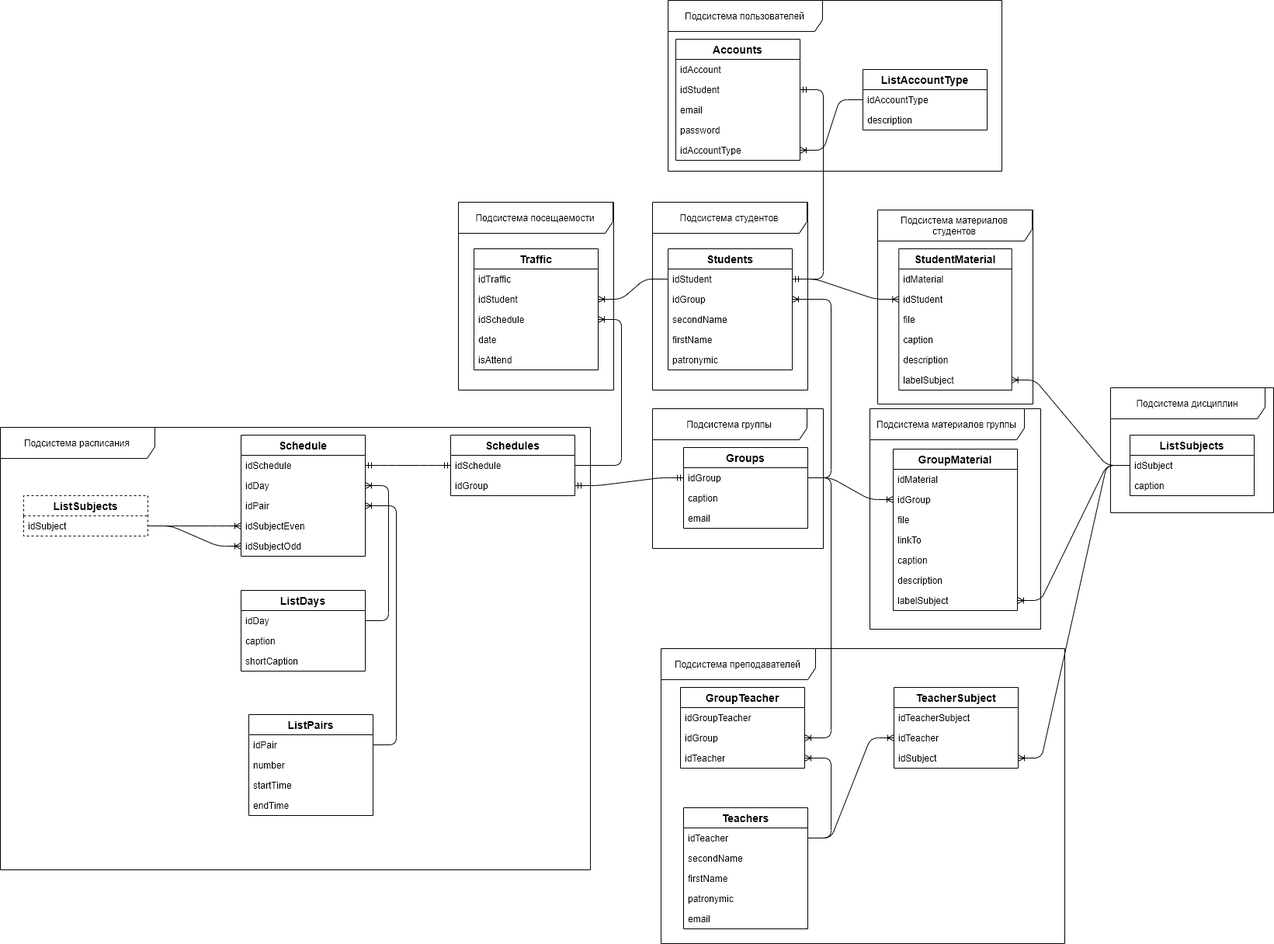
Earlier version of the draw.io export documentation/database/media/database_logic_scheme_2.png (Crutches-Bicycles/StudyHelper). Source tidied: cells renumbered, new cells last; positions are measured from the earlier drawing's top-left corner, leaving out a move shared by most shapes.
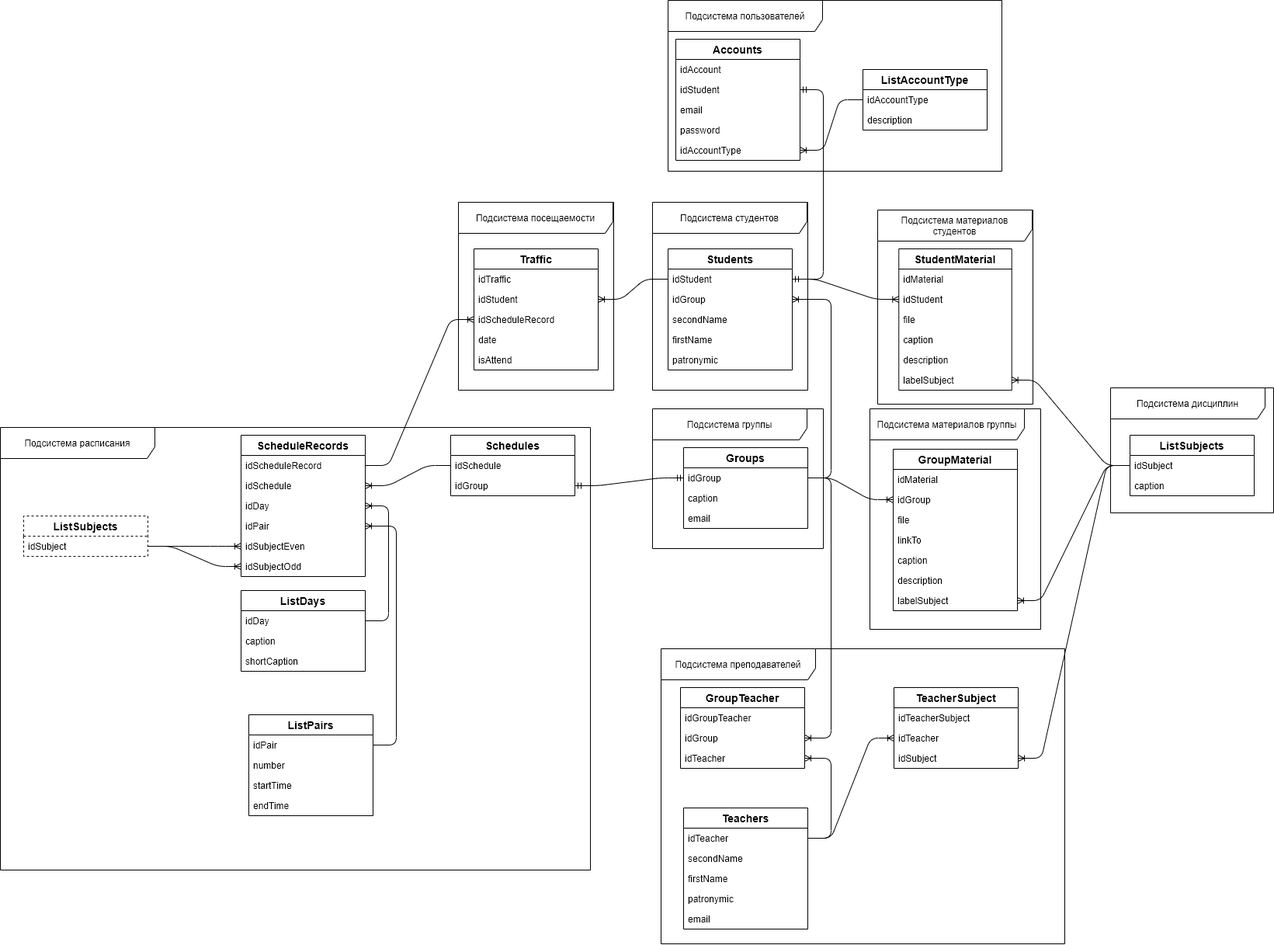
The same file after the commit.

Change to the diagram source:
```diff
@@ -32,7 +32,7 @@
     <mxCell id="11" style="edgeStyle=entityRelationEdgeStyle;fontSize=12;html=1;endArrow=ERoneToMany;" parent="1" edge="1" source="59" target="85">
       <mxGeometry relative="1" as="geometry" />
     </mxCell>
-    <mxCell id="12" style="edgeStyle=entityRelationEdgeStyle;fontSize=12;html=1;endArrow=ERoneToMany;" parent="1" edge="1" source="92" target="86">
+    <mxCell id="12" style="edgeStyle=entityRelationEdgeStyle;fontSize=12;html=1;endArrow=ERoneToMany;" parent="1" edge="1" source="117" target="86">
       <mxGeometry relative="1" as="geometry" />
     </mxCell>
     <mxCell id="13" style="group;" parent="1" vertex="1">
@@ -245,6 +245,9 @@
     <mxCell id="82" style="group;" parent="1" vertex="1">
       <mxGeometry x="570" y="260" width="220" height="242" as="geometry" />
     </mxCell>
+    <mxCell id="89" value="Подсистема посещаемости" style="shape=umlFrame;whiteSpace=wrap;html=1;width=199;height=40;" parent="82" vertex="1">
+      <mxGeometry x="20" width="200" height="242" as="geometry" />
+    </mxCell>
     <mxCell id="83" value="Traffic" style="swimlane;fontStyle=1;horizontal=1;startSize=26;align=center;fontSize=14;" parent="82" vertex="1">
       <mxGeometry x="40" y="60" width="160" height="156" as="geometry" />
     </mxCell>
@@ -254,7 +257,7 @@
     <mxCell id="85" value="idStudent" style="text;strokeColor=none;fillColor=none;spacingLeft=4;spacingRight=4;overflow=hidden;points=[[0,0.5],[1,0.5]];portConstraint=eastwest;fontSize=12;" parent="83" vertex="1">
       <mxGeometry y="52" width="160" height="26" as="geometry" />
     </mxCell>
-    <mxCell id="86" value="idSchedule" style="text;strokeColor=none;fillColor=none;spacingLeft=4;spacingRight=4;overflow=hidden;points=[[0,0.5],[1,0.5]];portConstraint=eastwest;fontSize=12;" parent="83" vertex="1">
+    <mxCell id="86" value="idScheduleRecord" style="text;strokeColor=none;fillColor=none;spacingLeft=4;spacingRight=4;overflow=hidden;points=[[0,0.5],[1,0.5]];portConstraint=eastwest;fontSize=12;" parent="83" vertex="1">
       <mxGeometry y="78" width="160" height="26" as="geometry" />
     </mxCell>
     <mxCell id="87" value="date" style="text;strokeColor=none;fillColor=none;spacingLeft=4;spacingRight=4;overflow=hidden;fontSize=12;" parent="83" vertex="1">
@@ -263,12 +266,18 @@
     <mxCell id="88" value="isAttend" style="text;strokeColor=none;fillColor=none;spacingLeft=4;spacingRight=4;overflow=hidden;fontSize=12;" parent="83" vertex="1">
       <mxGeometry y="130" width="160" height="26" as="geometry" />
     </mxCell>
-    <mxCell id="89" value="Подсистема посещаемости" style="shape=umlFrame;whiteSpace=wrap;html=1;width=199;height=40;" parent="82" vertex="1">
-      <mxGeometry x="20" width="200" height="242" as="geometry" />
-    </mxCell>
     <mxCell id="90" style="group;" parent="1" vertex="1">
       <mxGeometry y="550" width="760" height="570" as="geometry" />
     </mxCell>
+    <mxCell id="94" value="Подсистема расписания" style="shape=umlFrame;whiteSpace=wrap;html=1;width=199;height=40;" parent="90" vertex="1">
+      <mxGeometry width="760" height="570" as="geometry" />
+    </mxCell>
+    <mxCell id="105" value="ListSubjects" style="swimlane;fontStyle=1;horizontal=1;startSize=26;align=center;fontSize=14;dashed=1;" parent="90" vertex="1">
+      <mxGeometry x="30" y="114" width="160" height="52" as="geometry" />
+    </mxCell>
+    <mxCell id="106" value="idSubject" style="text;strokeColor=none;fillColor=none;spacingLeft=4;spacingRight=4;overflow=hidden;points=[[0,0.5],[1,0.5]];portConstraint=eastwest;fontSize=12;" parent="105" vertex="1">
+      <mxGeometry y="26" width="160" height="26" as="geometry" />
+    </mxCell>
     <mxCell id="91" value="Schedules" style="swimlane;fontStyle=1;horizontal=1;startSize=26;align=center;fontSize=14;" parent="90" vertex="1">
       <mxGeometry x="580" y="10" width="160" height="78" as="geometry" />
     </mxCell>
@@ -278,26 +287,26 @@
     <mxCell id="93" value="idGroup" style="text;strokeColor=none;fillColor=none;spacingLeft=4;spacingRight=4;overflow=hidden;points=[[0,0.5],[1,0.5]];portConstraint=eastwest;fontSize=12;" parent="91" vertex="1">
       <mxGeometry y="52" width="160" height="26" as="geometry" />
     </mxCell>
-    <mxCell id="94" value="Подсистема расписания" style="shape=umlFrame;whiteSpace=wrap;html=1;width=199;height=40;" parent="90" vertex="1">
-      <mxGeometry width="760" height="570" as="geometry" />
-    </mxCell>
-    <mxCell id="95" value="Schedule" style="swimlane;fontStyle=1;horizontal=1;startSize=26;align=center;fontSize=14;" parent="90" vertex="1">
-      <mxGeometry x="310" y="10" width="160" height="156" as="geometry" />
+    <mxCell id="95" value="ScheduleRecords" style="swimlane;fontStyle=1;horizontal=1;startSize=26;align=center;fontSize=14;" parent="90" vertex="1">
+      <mxGeometry x="310" y="10" width="160" height="182" as="geometry" />
     </mxCell>
+    <mxCell id="117" value="idScheduleRecord" style="text;strokeColor=none;fillColor=none;spacingLeft=4;spacingRight=4;overflow=hidden;points=[[0,0.5],[1,0.5]];portConstraint=eastwest;fontSize=12;" parent="95" vertex="1">
+      <mxGeometry y="26" width="160" height="26" as="geometry" />
+    </mxCell>
     <mxCell id="96" value="idSchedule" style="text;strokeColor=none;fillColor=none;spacingLeft=4;spacingRight=4;overflow=hidden;points=[[0,0.5],[1,0.5]];portConstraint=eastwest;fontSize=12;" parent="95" vertex="1">
-      <mxGeometry y="26" width="160" height="26" as="geometry" />
+      <mxGeometry y="52" width="160" height="26" as="geometry" />
     </mxCell>
     <mxCell id="97" value="idDay" style="text;strokeColor=none;fillColor=none;spacingLeft=4;spacingRight=4;overflow=hidden;points=[[0,0.5],[1,0.5]];portConstraint=eastwest;fontSize=12;" parent="95" vertex="1">
-      <mxGeometry y="52" width="160" height="26" as="geometry" />
+      <mxGeometry y="78" width="160" height="26" as="geometry" />
     </mxCell>
     <mxCell id="98" value="idPair" style="text;strokeColor=none;fillColor=none;spacingLeft=4;spacingRight=4;overflow=hidden;points=[[0,0.5],[1,0.5]];portConstraint=eastwest;fontSize=12;" parent="95" vertex="1">
-      <mxGeometry y="78" width="160" height="26" as="geometry" />
+      <mxGeometry y="104" width="160" height="26" as="geometry" />
     </mxCell>
     <mxCell id="99" value="idSubjectEven" style="text;strokeColor=none;fillColor=none;spacingLeft=4;spacingRight=4;overflow=hidden;points=[[0,0.5],[1,0.5]];portConstraint=eastwest;fontSize=12;" parent="95" vertex="1">
-      <mxGeometry y="104" width="160" height="26" as="geometry" />
+      <mxGeometry y="130" width="160" height="26" as="geometry" />
     </mxCell>
     <mxCell id="100" value="idSubjectOdd" style="text;strokeColor=none;fillColor=none;spacingLeft=4;spacingRight=4;overflow=hidden;points=[[0,0.5],[1,0.5]];portConstraint=eastwest;fontSize=12;" parent="95" vertex="1">
-      <mxGeometry y="130" width="160" height="26" as="geometry" />
+      <mxGeometry y="156" width="160" height="26" as="geometry" />
     </mxCell>
     <mxCell id="101" value="ListDays" style="swimlane;fontStyle=1;horizontal=1;startSize=26;align=center;fontSize=14;" parent="90" vertex="1">
       <mxGeometry x="310" y="210" width="160" height="104" as="geometry" />
@@ -311,12 +320,6 @@
     <mxCell id="104" value="shortCaption" style="text;strokeColor=none;fillColor=none;spacingLeft=4;spacingRight=4;overflow=hidden;fontSize=12;" parent="101" vertex="1">
       <mxGeometry y="78" width="160" height="26" as="geometry" />
     </mxCell>
-    <mxCell id="105" value="ListSubjects" style="swimlane;fontStyle=1;horizontal=1;startSize=26;align=center;fontSize=14;dashed=1;" parent="90" vertex="1">
-      <mxGeometry x="30" y="88" width="160" height="52" as="geometry" />
-    </mxCell>
-    <mxCell id="106" value="idSubject" style="text;strokeColor=none;fillColor=none;spacingLeft=4;spacingRight=4;overflow=hidden;points=[[0,0.5],[1,0.5]];portConstraint=eastwest;fontSize=12;" parent="105" vertex="1">
-      <mxGeometry y="26" width="160" height="26" as="geometry" />
-    </mxCell>
     <mxCell id="107" value="ListPairs" style="swimlane;fontStyle=1;horizontal=1;startSize=26;align=center;fontSize=14;" parent="90" vertex="1">
       <mxGeometry x="320" y="370" width="160" height="130" as="geometry" />
     </mxCell>
@@ -332,9 +335,6 @@
     <mxCell id="111" value="endTime" style="text;strokeColor=none;fillColor=none;spacingLeft=4;spacingRight=4;overflow=hidden;fontSize=12;" parent="107" vertex="1">
       <mxGeometry y="104" width="160" height="26" as="geometry" />
     </mxCell>
-    <mxCell id="112" style="edgeStyle=entityRelationEdgeStyle;fontSize=12;html=1;endArrow=ERmandOne;startArrow=ERmandOne;" parent="90" edge="1" source="96" target="92">
-      <mxGeometry relative="1" as="geometry" />
-    </mxCell>
     <mxCell id="113" style="edgeStyle=entityRelationEdgeStyle;fontSize=12;html=1;endArrow=ERoneToMany;" parent="90" edge="1" source="102" target="97">
       <mxGeometry relative="1" as="geometry" />
     </mxCell>
@@ -347,5 +347,8 @@
     <mxCell id="116" style="edgeStyle=entityRelationEdgeStyle;fontSize=12;html=1;endArrow=ERoneToMany;" parent="90" edge="1" source="108" target="98">
       <mxGeometry relative="1" as="geometry" />
     </mxCell>
+    <mxCell id="118" style="edgeStyle=entityRelationEdgeStyle;fontSize=12;html=1;endArrow=ERoneToMany;" parent="90" edge="1" source="92" target="96">
+      <mxGeometry relative="1" as="geometry" />
+    </mxCell>
   </root>
 </mxGraphModel>
```
